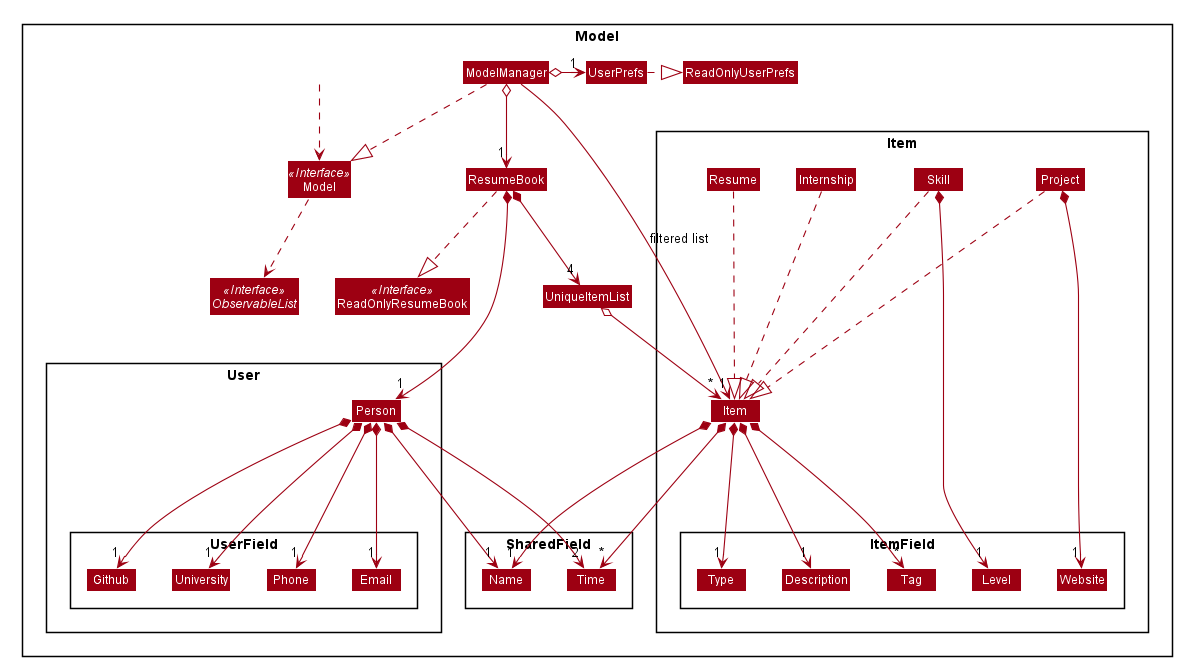
Earlier version of the PlantUML export docs/images/ModelClassDiagram.png (wardetu/main). The source it was exported from:
```plantuml
@startuml








skinparam BackgroundColor #FFFFFFF

skinparam Shadowing false

skinparam Class {
    FontColor #FFFFFF
    BorderThickness 1
    BorderColor #FFFFFF
    StereotypeFontColor #FFFFFF
    FontName Arial
}

skinparam Actor {
    BorderColor #000000
    Color #000000
    FontName Arial
}

skinparam Sequence {
    MessageAlign center
    BoxFontSize 15
    BoxPadding 0
    BoxFontColor #FFFFFF
    FontName Arial
}

skinparam Participant {
    FontColor #FFFFFFF
    Padding 20
}

skinparam MinClassWidth 50
skinparam ParticipantPadding 10
skinparam Shadowing false
skinparam DefaultTextAlignment center
skinparam packageStyle Rectangle

hide footbox
hide members
hide circle
skinparam arrowThickness 1.1
skinparam arrowColor #9D0012
skinparam classBackgroundColor #9D0012

Package Model <<Rectangle>>{
Interface Model <<Interface>>
Interface ObservableList <<Interface>>
Interface ReadOnlyResumeBook <<Interface>>
Class Model
Class ModelManager
Class UserPrefs
Class ReadOnlyUserPrefs
Class ResumeBook
Class ReadOnlyResumeBook
Class UniqueItemList

Package User {
Class Person
Package UserField {
Class Phone
Class Email
Class Github
Class University
}
}

Package Item {
Class Item
Class Resume
Class Internship
Class Project
Class Skill

Package ItemField {
Class Type
Class Description
Class Website
Class Level
Class Tag
}
}

Package SharedField {
Class Name
Class Time
}

Class HiddenOutside #FFFFFF
HiddenOutside ..> Model
Model ..> ObservableList
ModelManager ..|> Model

ModelManager o-right-> "1" UserPrefs
UserPrefs .right.|> ReadOnlyUserPrefs

ModelManager o--> "1" ResumeBook
ResumeBook ..|> ReadOnlyResumeBook

ModelManager -> "1" Item: filtered list
ResumeBook *--> "4" UniqueItemList
UniqueItemList o--> "*" Item

ResumeBook *-> "1" Person
Person *---> "1" Name
Person *---> "2" Time
Person *---> "1" Phone
Person *---> "1" Email
Person *---> "1" Github
Person *---> "1" University

Item *---> "1" Name
Item *---> "*" Time
Item *---> "1" Type
Item *---> "1" Description
Item *---> "*" Tag

Project ...|> Item
Skill ...|> Item
Resume ...|> Item
Internship ...|> Item

Project *-> "1" Website
Skill *-> "1" Level

}
@enduml
```
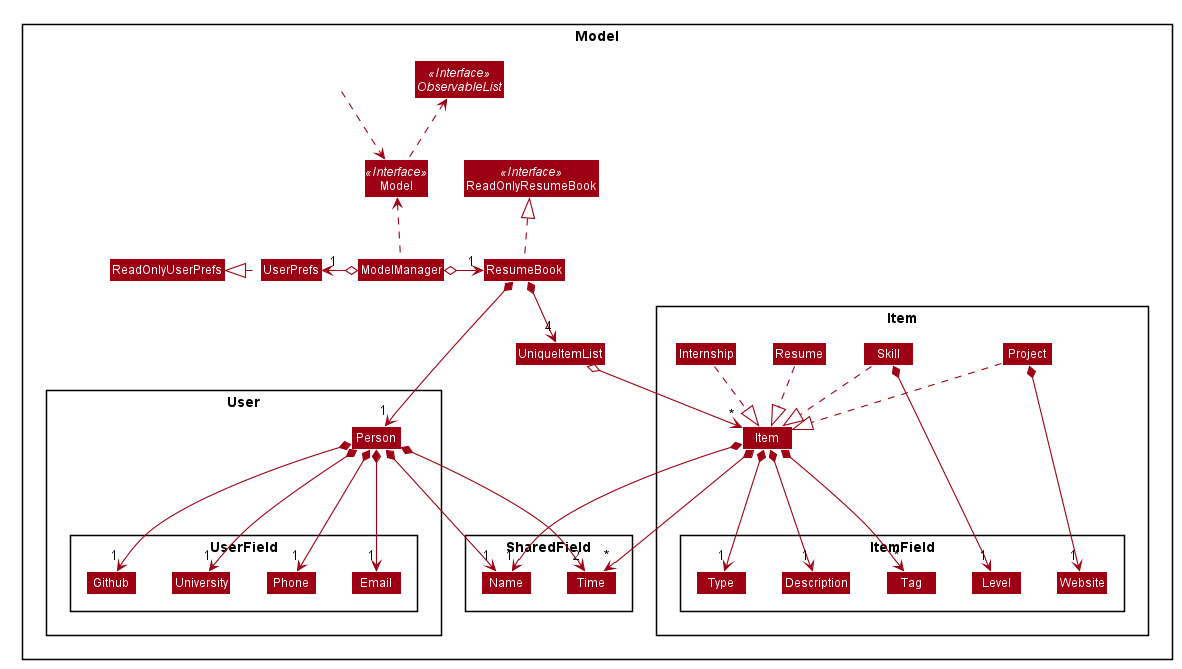
The same file after the commit.

Commit message:
Update DG: Fix Model architecture diagram layout

The edit, as a diff of the source:
```diff
@@ -7,7 +7,7 @@
 
 
 
-skinparam BackgroundColor #FFFFFFF
+skinparam BackgroundColor #DDDDDDD
 
 skinparam Shadowing false
 
@@ -95,21 +95,17 @@
 }
 
 Class HiddenOutside #FFFFFF
-HiddenOutside ..> Model
-Model ..> ObservableList
-ModelManager ..|> Model
+HiddenOutside .d.> Model
+Model .u.> ObservableList
+ModelManager .u.> Model
 
-ModelManager o-right-> "1" UserPrefs
-UserPrefs .right.|> ReadOnlyUserPrefs
+ModelManager o-l-> "1" UserPrefs
+UserPrefs .l.|> ReadOnlyUserPrefs
 
-ModelManager o--> "1" ResumeBook
-ResumeBook ..|> ReadOnlyResumeBook
+ModelManager o-r-> "1" ResumeBook
+ResumeBook .u.|> ReadOnlyResumeBook
 
-ModelManager -> "1" Item: filtered list
-ResumeBook *--> "4" UniqueItemList
-UniqueItemList o--> "*" Item
-
-ResumeBook *-> "1" Person
+ResumeBook *-d-> "1" Person
 Person *---> "1" Name
 Person *---> "2" Time
 Person *---> "1" Phone
@@ -117,16 +113,19 @@
 Person *---> "1" Github
 Person *---> "1" University
 
+ResumeBook *--> "4" UniqueItemList
+UniqueItemList o--> "*" Item
+
 Item *---> "1" Name
 Item *---> "*" Time
 Item *---> "1" Type
 Item *---> "1" Description
 Item *---> "*" Tag
 
-Project ...|> Item
-Skill ...|> Item
-Resume ...|> Item
-Internship ...|> Item
+Project ..|> Item
+Skill ..|> Item
+Resume ..|> Item
+Internship ..|> Item
 
 Project *-> "1" Website
 Skill *-> "1" Level
```
